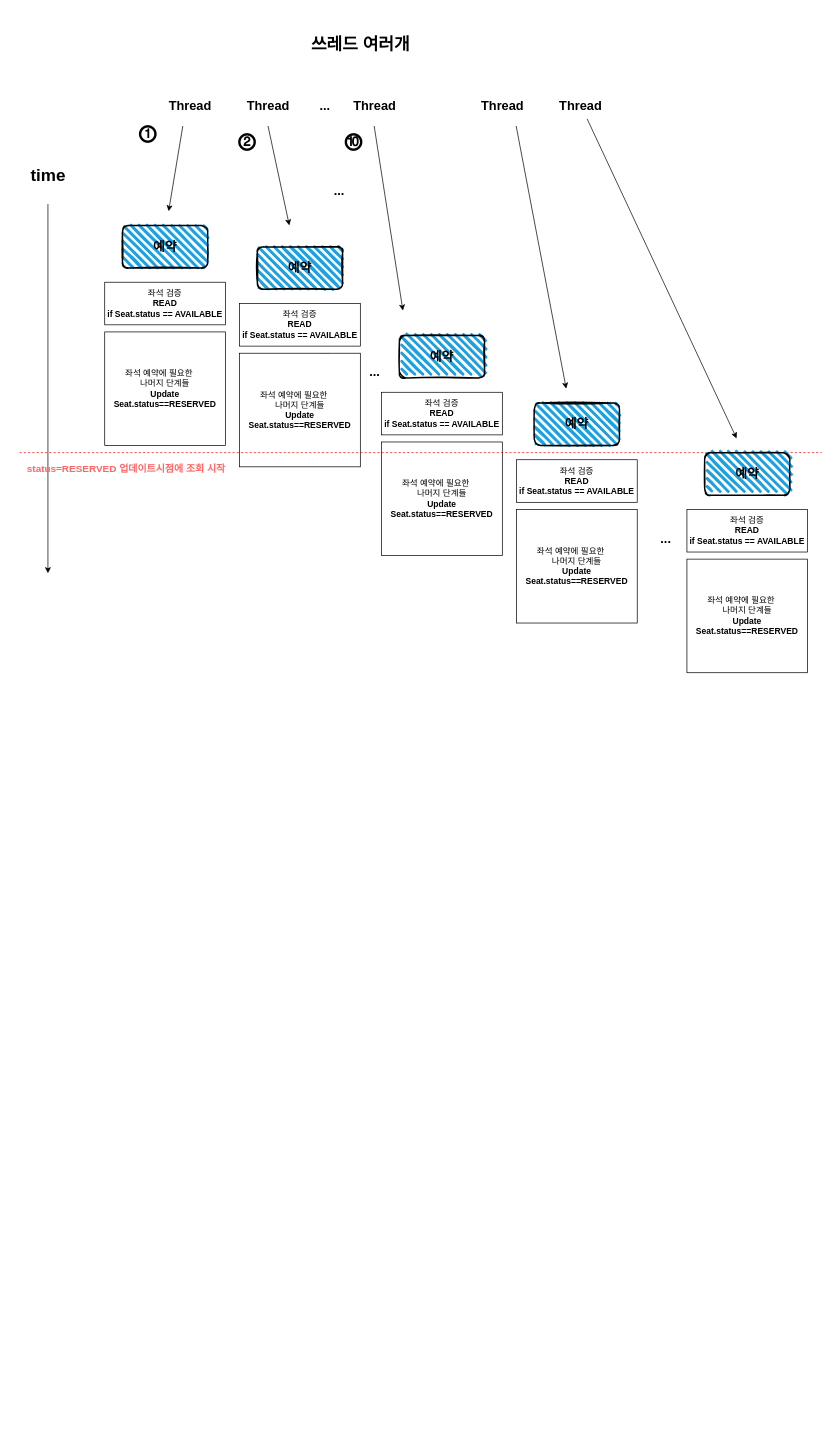
watanka/ticketing keeps this draw.io diagram as docs/동시성제어.drawio. Above is the earlier version. Source tidied: cells renumbered, new cells numbered last; positions are measured from the earlier drawing's top-left corner, leaving out a move shared by most shapes. Both pictures are drawn from the tidied source at 71%, with x=0, y=0 at pixel (12, 12).
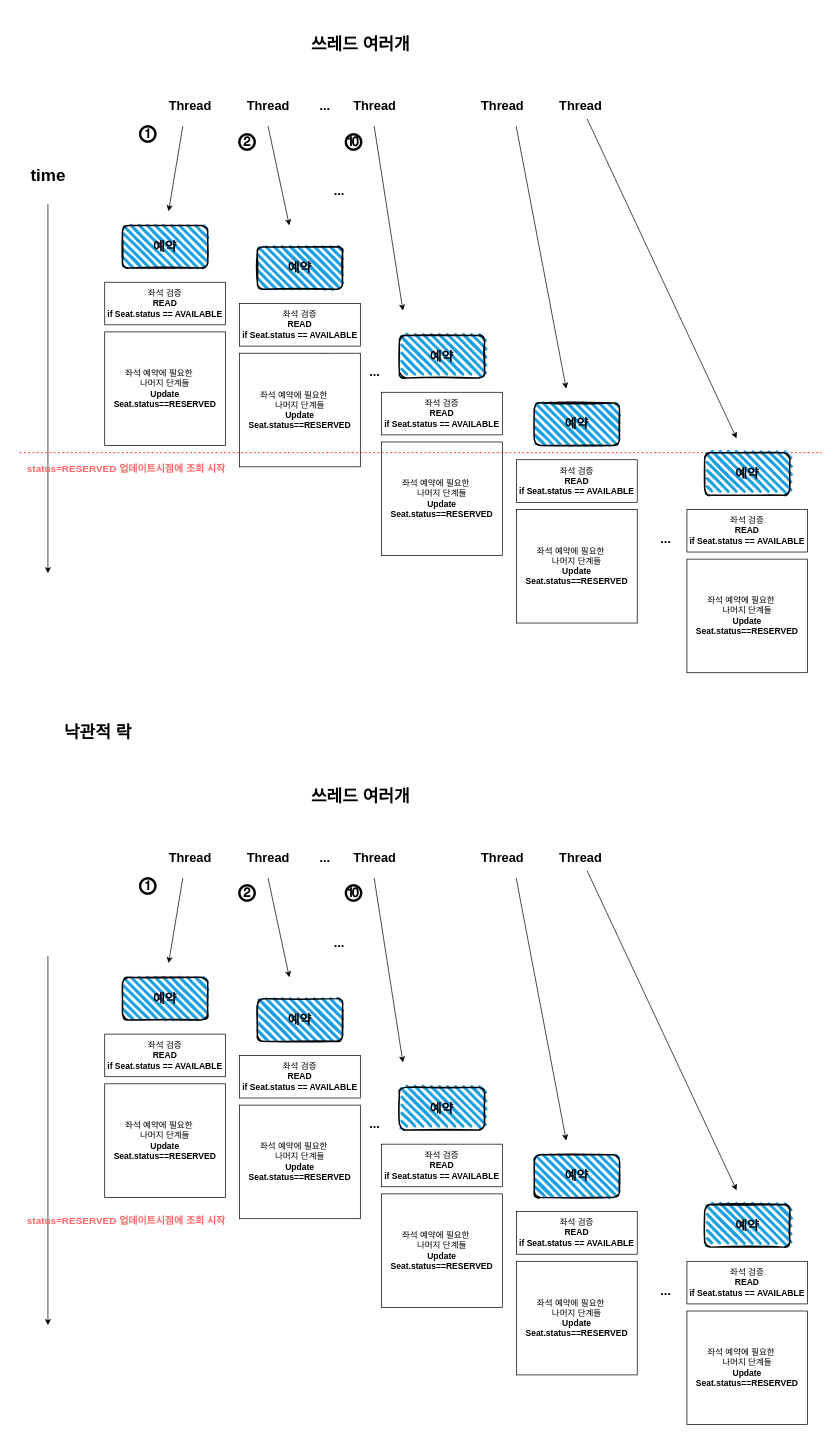
Above is the later version.

Change to the diagram source:
```diff
@@
+    <mxCell id="50" value="쓰레드 여러개" style="text;strokeColor=none;fillColor=none;html=1;fontSize=24;fontStyle=1;verticalAlign=middle;align=center;" parent="1" vertex="1">
+      <mxGeometry x="400" y="1059" width="180" height="90" as="geometry" />
+    </mxCell>
+    <mxCell id="51" value="&lt;font style=&quot;font-size: 18px;&quot;&gt;Thread&lt;/font&gt;" style="text;strokeColor=none;fillColor=none;html=1;fontSize=24;fontStyle=1;verticalAlign=middle;align=center;" parent="1" vertex="1">
+      <mxGeometry x="200" y="1169" width="100" height="40" as="geometry" />
+    </mxCell>
+    <mxCell id="52" value="&lt;font style=&quot;font-size: 18px;&quot;&gt;Thread&lt;/font&gt;" style="text;strokeColor=none;fillColor=none;html=1;fontSize=24;fontStyle=1;verticalAlign=middle;align=center;" parent="1" vertex="1">
+      <mxGeometry x="310" y="1169" width="100" height="40" as="geometry" />
+    </mxCell>
+    <mxCell id="53" value="&lt;font style=&quot;font-size: 18px;&quot;&gt;Thread&lt;/font&gt;" style="text;strokeColor=none;fillColor=none;html=1;fontSize=24;fontStyle=1;verticalAlign=middle;align=center;" parent="1" vertex="1">
+      <mxGeometry x="460" y="1169" width="100" height="40" as="geometry" />
+    </mxCell>
+    <mxCell id="54" value="&lt;font style=&quot;font-size: 18px;&quot;&gt;...&lt;/font&gt;" style="text;strokeColor=none;fillColor=none;html=1;fontSize=24;fontStyle=1;verticalAlign=middle;align=center;" parent="1" vertex="1">
+      <mxGeometry x="390" y="1169" width="100" height="40" as="geometry" />
+    </mxCell>
+    <mxCell id="55" value="&lt;font style=&quot;font-size: 18px;&quot;&gt;Thread&lt;/font&gt;" style="text;strokeColor=none;fillColor=none;html=1;fontSize=24;fontStyle=1;verticalAlign=middle;align=center;" parent="1" vertex="1">
+      <mxGeometry x="640" y="1169" width="100" height="40" as="geometry" />
+    </mxCell>
+    <mxCell id="56" value="&lt;font style=&quot;font-size: 18px;&quot;&gt;Thread&lt;/font&gt;" style="text;strokeColor=none;fillColor=none;html=1;fontSize=24;fontStyle=1;verticalAlign=middle;align=center;" parent="1" vertex="1">
+      <mxGeometry x="750" y="1169" width="100" height="40" as="geometry" />
+    </mxCell>
+    <mxCell id="57" style="endArrow=classic;html=1;rounded=0;" parent="1" edge="1">
+      <mxGeometry relative="1" as="geometry">
+        <mxPoint x="240" y="1219" as="sourcePoint" />
+        <mxPoint x="220" y="1339" as="targetPoint" />
+      </mxGeometry>
+    </mxCell>
+    <mxCell id="58" style="endArrow=classic;html=1;rounded=0;" parent="1" edge="1">
+      <mxGeometry relative="1" as="geometry">
+        <mxPoint x="360" y="1219" as="sourcePoint" />
+        <mxPoint x="390" y="1359" as="targetPoint" />
+      </mxGeometry>
+    </mxCell>
+    <mxCell id="59" style="endArrow=classic;html=1;rounded=0;" parent="1" edge="1">
+      <mxGeometry relative="1" as="geometry">
+        <mxPoint x="509.5" y="1219" as="sourcePoint" />
+        <mxPoint x="550" y="1479" as="targetPoint" />
+      </mxGeometry>
+    </mxCell>
+    <mxCell id="60" value="⓵" style="text;strokeColor=none;fillColor=none;html=1;fontSize=24;fontStyle=1;verticalAlign=middle;align=center;" parent="1" vertex="1">
+      <mxGeometry x="170" y="1209" width="40" height="40" as="geometry" />
+    </mxCell>
+    <mxCell id="61" value="⓶" style="text;strokeColor=none;fillColor=none;html=1;fontSize=24;fontStyle=1;verticalAlign=middle;align=center;" parent="1" vertex="1">
+      <mxGeometry x="310" y="1219" width="40" height="40" as="geometry" />
+    </mxCell>
+    <mxCell id="62" value="⓾" style="text;strokeColor=none;fillColor=none;html=1;fontSize=24;fontStyle=1;verticalAlign=middle;align=center;" parent="1" vertex="1">
+      <mxGeometry x="460" y="1219" width="40" height="40" as="geometry" />
+    </mxCell>
+    <mxCell id="63" value="&lt;font style=&quot;font-size: 18px;&quot;&gt;...&lt;/font&gt;" style="text;strokeColor=none;fillColor=none;html=1;fontSize=24;fontStyle=1;verticalAlign=middle;align=center;" parent="1" vertex="1">
+      <mxGeometry x="390" y="1514" width="100" height="40" as="geometry" />
+    </mxCell>
+    <mxCell id="64" style="group;" parent="1" vertex="1">
+      <mxGeometry x="130" y="1359" width="170" height="310" as="geometry" />
+    </mxCell>
+    <mxCell id="65" value="&lt;font style=&quot;font-size: 18px;&quot;&gt;&lt;b&gt;예약&lt;/b&gt;&lt;/font&gt;" style="rounded=1;whiteSpace=wrap;html=1;strokeWidth=2;fillWeight=4;hachureGap=8;hachureAngle=45;fillColor=#1ba1e2;sketch=1;" parent="64" vertex="1">
+      <mxGeometry x="25" width="120" height="60" as="geometry" />
+    </mxCell>
+    <mxCell id="66" style="group;" parent="64" vertex="1">
+      <mxGeometry y="80" width="170" height="230" as="geometry" />
+    </mxCell>
+    <mxCell id="67" value="좌석 검증&lt;div&gt;&lt;b&gt;READ&lt;/b&gt;&lt;/div&gt;&lt;div&gt;&lt;b&gt;if Seat.status == AVAILABLE&lt;/b&gt;&lt;/div&gt;" style="rounded=0;whiteSpace=wrap;html=1;" parent="66" vertex="1">
+      <mxGeometry width="170" height="60" as="geometry" />
+    </mxCell>
+    <mxCell id="68" value="좌석 예약에 필요한&amp;nbsp; &amp;nbsp; &amp;nbsp;&lt;div&gt;나머지 단계들&lt;div&gt;&lt;b&gt;Update&lt;/b&gt;&lt;/div&gt;&lt;div&gt;&lt;b&gt;Seat.status==RESERVED&lt;/b&gt;&lt;/div&gt;&lt;/div&gt;" style="rounded=0;whiteSpace=wrap;html=1;" parent="66" vertex="1">
+      <mxGeometry y="70" width="170" height="160" as="geometry" />
+    </mxCell>
+    <mxCell id="69" style="endArrow=classic;html=1;rounded=0;" parent="1" edge="1">
+      <mxGeometry relative="1" as="geometry">
+        <mxPoint x="50" y="1329" as="sourcePoint" />
+        <mxPoint x="50" y="1849" as="targetPoint" />
+      </mxGeometry>
+    </mxCell>
+    <mxCell id="70" value="&lt;font color=&quot;#ff6666&quot; style=&quot;font-size: 14px;&quot;&gt;status=RESERVED 업데이트시점에 조회 시작&lt;/font&gt;" style="text;strokeColor=none;fillColor=none;html=1;fontSize=24;fontStyle=1;verticalAlign=middle;align=center;" parent="1" vertex="1">
+      <mxGeometry x="110" y="1679" width="100" height="40" as="geometry" />
+    </mxCell>
+    <mxCell id="71" style="group;" parent="1" vertex="1">
+      <mxGeometry x="320" y="1389" width="170" height="310" as="geometry" />
+    </mxCell>
+    <mxCell id="72" value="&lt;font style=&quot;font-size: 18px;&quot;&gt;&lt;b&gt;예약&lt;/b&gt;&lt;/font&gt;" style="rounded=1;whiteSpace=wrap;html=1;strokeWidth=2;fillWeight=4;hachureGap=8;hachureAngle=45;fillColor=#1ba1e2;sketch=1;" parent="71" vertex="1">
+      <mxGeometry x="25" width="120" height="60" as="geometry" />
+    </mxCell>
+    <mxCell id="73" style="group;" parent="71" vertex="1">
+      <mxGeometry y="80" width="170" height="230" as="geometry" />
+    </mxCell>
+    <mxCell id="74" value="좌석 검증&lt;div&gt;&lt;b&gt;READ&lt;/b&gt;&lt;/div&gt;&lt;div&gt;&lt;b&gt;if Seat.status == AVAILABLE&lt;/b&gt;&lt;/div&gt;" style="rounded=0;whiteSpace=wrap;html=1;" parent="73" vertex="1">
+      <mxGeometry width="170" height="60" as="geometry" />
+    </mxCell>
+    <mxCell id="75" value="좌석 예약에 필요한&amp;nbsp; &amp;nbsp; &amp;nbsp;&lt;div&gt;나머지 단계들&lt;div&gt;&lt;b&gt;Update&lt;/b&gt;&lt;/div&gt;&lt;div&gt;&lt;b&gt;Seat.status==RESERVED&lt;/b&gt;&lt;/div&gt;&lt;/div&gt;" style="rounded=0;whiteSpace=wrap;html=1;" parent="73" vertex="1">
+      <mxGeometry y="70" width="170" height="160" as="geometry" />
+    </mxCell>
+    <mxCell id="76" style="group;" parent="1" vertex="1">
+      <mxGeometry x="520" y="1514" width="170" height="310" as="geometry" />
+    </mxCell>
+    <mxCell id="77" value="&lt;font style=&quot;font-size: 18px;&quot;&gt;&lt;b&gt;예약&lt;/b&gt;&lt;/font&gt;" style="rounded=1;whiteSpace=wrap;html=1;strokeWidth=2;fillWeight=4;hachureGap=8;hachureAngle=45;fillColor=#1ba1e2;sketch=1;" parent="76" vertex="1">
+      <mxGeometry x="25" width="120" height="60" as="geometry" />
+    </mxCell>
+    <mxCell id="78" style="group;" parent="76" vertex="1">
+      <mxGeometry y="80" width="170" height="230" as="geometry" />
+    </mxCell>
+    <mxCell id="79" value="좌석 검증&lt;div&gt;&lt;b&gt;READ&lt;/b&gt;&lt;/div&gt;&lt;div&gt;&lt;b&gt;if Seat.status == AVAILABLE&lt;/b&gt;&lt;/div&gt;" style="rounded=0;whiteSpace=wrap;html=1;" parent="78" vertex="1">
+      <mxGeometry width="170" height="60" as="geometry" />
+    </mxCell>
+    <mxCell id="80" value="좌석 예약에 필요한&amp;nbsp; &amp;nbsp; &amp;nbsp;&lt;div&gt;나머지 단계들&lt;div&gt;&lt;b&gt;Update&lt;/b&gt;&lt;/div&gt;&lt;div&gt;&lt;b&gt;Seat.status==RESERVED&lt;/b&gt;&lt;/div&gt;&lt;/div&gt;" style="rounded=0;whiteSpace=wrap;html=1;" parent="78" vertex="1">
+      <mxGeometry y="70" width="170" height="160" as="geometry" />
+    </mxCell>
+    <mxCell id="81" style="group;" parent="1" vertex="1">
+      <mxGeometry x="710" y="1609" width="170" height="310" as="geometry" />
+    </mxCell>
+    <mxCell id="82" value="&lt;font style=&quot;font-size: 18px;&quot;&gt;&lt;b&gt;예약&lt;/b&gt;&lt;/font&gt;" style="rounded=1;whiteSpace=wrap;html=1;strokeWidth=2;fillWeight=4;hachureGap=8;hachureAngle=45;fillColor=#1ba1e2;sketch=1;" parent="81" vertex="1">
+      <mxGeometry x="25" width="120" height="60" as="geometry" />
+    </mxCell>
+    <mxCell id="83" style="group;" parent="81" vertex="1">
+      <mxGeometry y="80" width="170" height="230" as="geometry" />
+    </mxCell>
+    <mxCell id="84" value="좌석 검증&lt;div&gt;&lt;b&gt;READ&lt;/b&gt;&lt;/div&gt;&lt;div&gt;&lt;b&gt;if Seat.status == AVAILABLE&lt;/b&gt;&lt;/div&gt;" style="rounded=0;whiteSpace=wrap;html=1;" parent="83" vertex="1">
+      <mxGeometry width="170" height="60" as="geometry" />
+    </mxCell>
+    <mxCell id="85" value="좌석 예약에 필요한&amp;nbsp; &amp;nbsp; &amp;nbsp;&lt;div&gt;나머지 단계들&lt;div&gt;&lt;b&gt;Update&lt;/b&gt;&lt;/div&gt;&lt;div&gt;&lt;b&gt;Seat.status==RESERVED&lt;/b&gt;&lt;/div&gt;&lt;/div&gt;" style="rounded=0;whiteSpace=wrap;html=1;" parent="83" vertex="1">
+      <mxGeometry y="70" width="170" height="160" as="geometry" />
+    </mxCell>
+    <mxCell id="86" style="group;" parent="1" vertex="1">
+      <mxGeometry x="950" y="1679" width="170" height="310" as="geometry" />
+    </mxCell>
+    <mxCell id="87" value="&lt;font style=&quot;font-size: 18px;&quot;&gt;&lt;b&gt;예약&lt;/b&gt;&lt;/font&gt;" style="rounded=1;whiteSpace=wrap;html=1;strokeWidth=2;fillWeight=4;hachureGap=8;hachureAngle=45;fillColor=#1ba1e2;sketch=1;" parent="86" vertex="1">
+      <mxGeometry x="25" width="120" height="60" as="geometry" />
+    </mxCell>
+    <mxCell id="88" style="group;" parent="86" vertex="1">
+      <mxGeometry y="80" width="170" height="230" as="geometry" />
+    </mxCell>
+    <mxCell id="89" value="좌석 검증&lt;div&gt;&lt;b&gt;READ&lt;/b&gt;&lt;/div&gt;&lt;div&gt;&lt;b&gt;if Seat.status == AVAILABLE&lt;/b&gt;&lt;/div&gt;" style="rounded=0;whiteSpace=wrap;html=1;" parent="88" vertex="1">
+      <mxGeometry width="170" height="60" as="geometry" />
+    </mxCell>
+    <mxCell id="90" value="좌석 예약에 필요한&amp;nbsp; &amp;nbsp; &amp;nbsp;&lt;div&gt;나머지 단계들&lt;div&gt;&lt;b&gt;Update&lt;/b&gt;&lt;/div&gt;&lt;div&gt;&lt;b&gt;Seat.status==RESERVED&lt;/b&gt;&lt;/div&gt;&lt;/div&gt;" style="rounded=0;whiteSpace=wrap;html=1;" parent="88" vertex="1">
+      <mxGeometry y="70" width="170" height="160" as="geometry" />
+    </mxCell>
+    <mxCell id="91" value="&lt;font style=&quot;font-size: 18px;&quot;&gt;...&lt;/font&gt;" style="text;strokeColor=none;fillColor=none;html=1;fontSize=24;fontStyle=1;verticalAlign=middle;align=center;" parent="1" vertex="1">
+      <mxGeometry x="410" y="1289" width="100" height="40" as="geometry" />
+    </mxCell>
+    <mxCell id="92" value="&lt;font style=&quot;font-size: 18px;&quot;&gt;...&lt;/font&gt;" style="text;strokeColor=none;fillColor=none;html=1;fontSize=24;fontStyle=1;verticalAlign=middle;align=center;" parent="1" vertex="1">
+      <mxGeometry x="460" y="1549" width="100" height="30" as="geometry" />
+    </mxCell>
+    <mxCell id="93" value="&lt;font style=&quot;font-size: 18px;&quot;&gt;...&lt;/font&gt;" style="text;strokeColor=none;fillColor=none;html=1;fontSize=24;fontStyle=1;verticalAlign=middle;align=center;" parent="1" vertex="1">
+      <mxGeometry x="870" y="1779" width="100" height="40" as="geometry" />
+    </mxCell>
+    <mxCell id="94" style="endArrow=classic;html=1;rounded=0;" parent="1" edge="1">
+      <mxGeometry relative="1" as="geometry">
+        <mxPoint x="709.5" y="1219" as="sourcePoint" />
+        <mxPoint x="780" y="1589" as="targetPoint" />
+      </mxGeometry>
+    </mxCell>
+    <mxCell id="95" style="endArrow=classic;html=1;rounded=0;" parent="1" edge="1">
+      <mxGeometry relative="1" as="geometry">
+        <mxPoint x="809.5" y="1209" as="sourcePoint" />
+        <mxPoint x="1020" y="1659" as="targetPoint" />
+      </mxGeometry>
+    </mxCell>
+    <mxCell id="96" value="낙관적 락" style="text;strokeColor=none;fillColor=none;html=1;fontSize=24;fontStyle=1;verticalAlign=middle;align=center;" parent="1" vertex="1">
+      <mxGeometry x="30" y="970" width="180" height="90" as="geometry" />
+    </mxCell>
```
